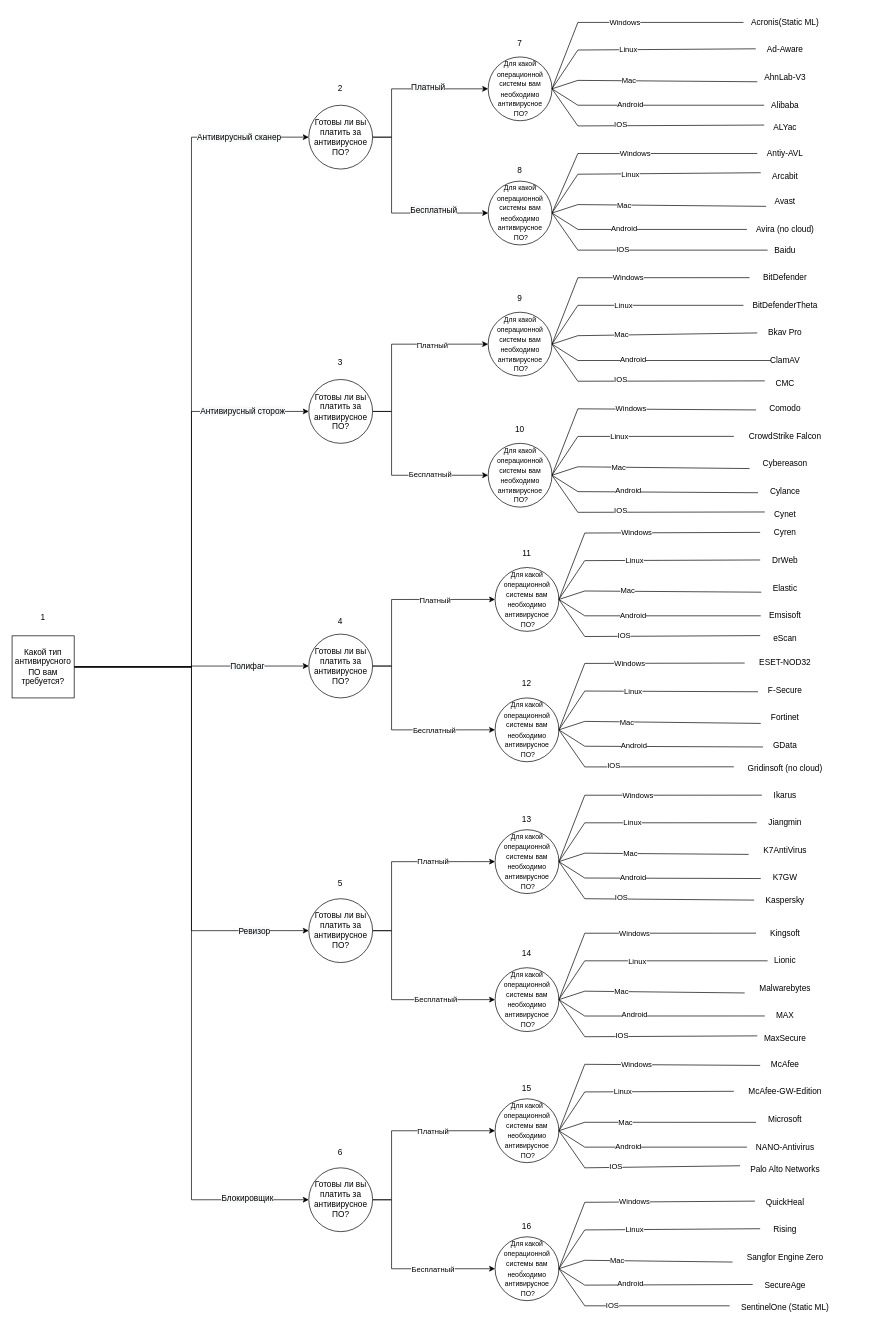
The draw.io diagram docs/decision tree.drawio in BlackF1re/Expert-system-for-choosing-antivirus-software, before the edit. Source tidied: cells renumbered, new cells numbered last; positions are measured from the earlier drawing's top-left corner, leaving out a move shared by most shapes. Both pictures are drawn from the tidied source at 69%, with x=0, y=0 at pixel (12, 12).
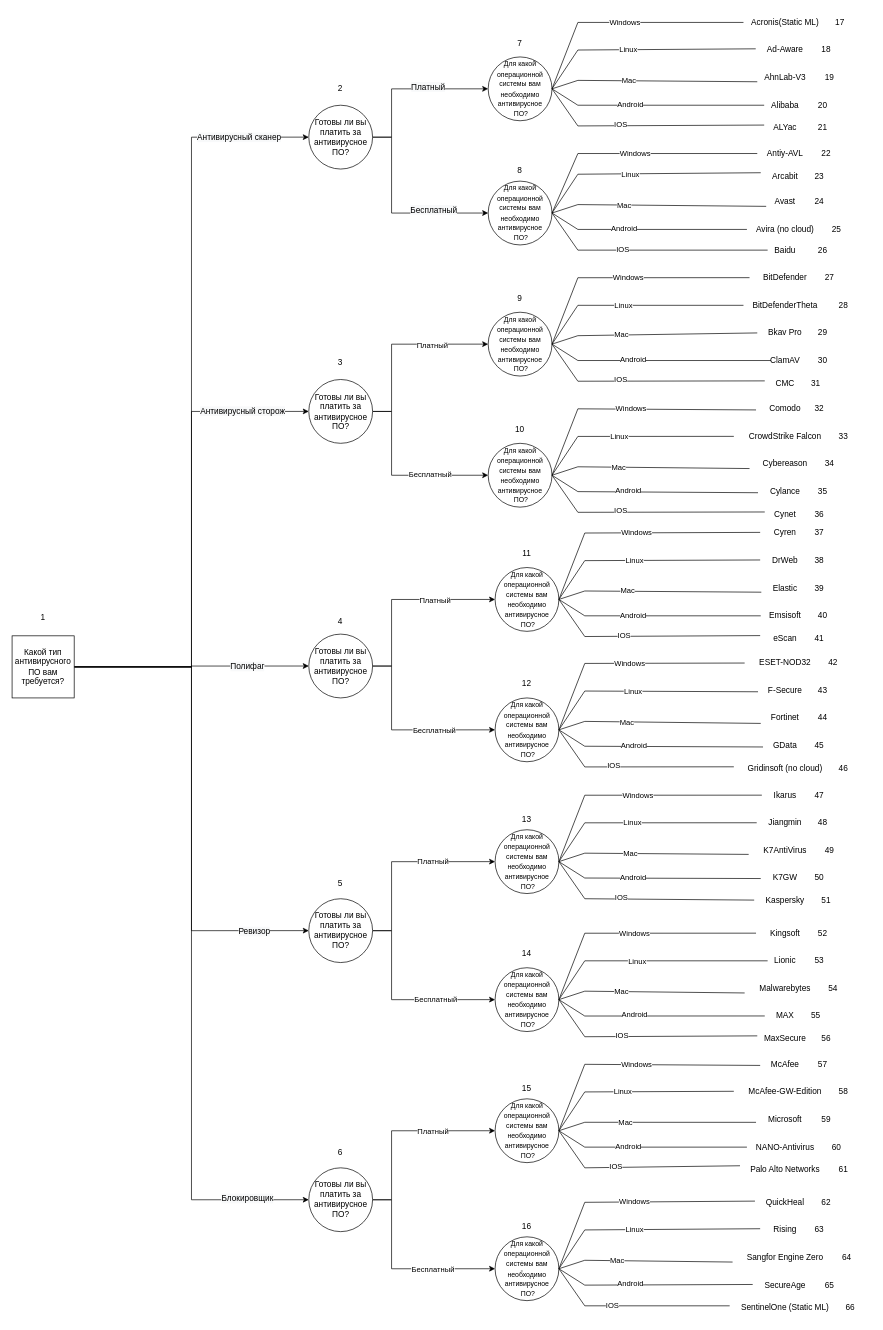
The same page after the edit.

Change to the diagram source:
```diff
@@
+    <mxCell id="194" value="17" style="text;html=1;strokeColor=none;fillColor=none;align=center;verticalAlign=middle;whiteSpace=wrap;rounded=0;" parent="1" vertex="1">
+      <mxGeometry x="1170" width="60" height="30" as="geometry" />
+    </mxCell>
+    <mxCell id="195" value="18" style="text;html=1;strokeColor=none;fillColor=none;align=center;verticalAlign=middle;whiteSpace=wrap;rounded=0;" parent="1" vertex="1">
+      <mxGeometry x="1150" y="40" width="60" height="30" as="geometry" />
+    </mxCell>
+    <mxCell id="196" value="26" style="text;html=1;strokeColor=none;fillColor=none;align=center;verticalAlign=middle;whiteSpace=wrap;rounded=0;" parent="1" vertex="1">
+      <mxGeometry x="1145" y="330" width="60" height="30" as="geometry" />
+    </mxCell>
+    <mxCell id="197" value="25" style="text;html=1;strokeColor=none;fillColor=none;align=center;verticalAlign=middle;whiteSpace=wrap;rounded=0;" parent="1" vertex="1">
+      <mxGeometry x="1165" y="300" width="60" height="30" as="geometry" />
+    </mxCell>
+    <mxCell id="198" value="24" style="text;html=1;strokeColor=none;fillColor=none;align=center;verticalAlign=middle;whiteSpace=wrap;rounded=0;" parent="1" vertex="1">
+      <mxGeometry x="1140" y="260" width="60" height="30" as="geometry" />
+    </mxCell>
+    <mxCell id="199" value="23" style="text;html=1;strokeColor=none;fillColor=none;align=center;verticalAlign=middle;whiteSpace=wrap;rounded=0;" parent="1" vertex="1">
+      <mxGeometry x="1140" y="222.5" width="60" height="30" as="geometry" />
+    </mxCell>
+    <mxCell id="200" value="22" style="text;html=1;strokeColor=none;fillColor=none;align=center;verticalAlign=middle;whiteSpace=wrap;rounded=0;" parent="1" vertex="1">
+      <mxGeometry x="1150" y="190" width="60" height="30" as="geometry" />
+    </mxCell>
+    <mxCell id="201" value="21" style="text;html=1;strokeColor=none;fillColor=none;align=center;verticalAlign=middle;whiteSpace=wrap;rounded=0;" parent="1" vertex="1">
+      <mxGeometry x="1145" y="152.5" width="60" height="30" as="geometry" />
+    </mxCell>
+    <mxCell id="202" value="20" style="text;html=1;strokeColor=none;fillColor=none;align=center;verticalAlign=middle;whiteSpace=wrap;rounded=0;" parent="1" vertex="1">
+      <mxGeometry x="1145" y="120" width="60" height="30" as="geometry" />
+    </mxCell>
+    <mxCell id="203" value="19" style="text;html=1;strokeColor=none;fillColor=none;align=center;verticalAlign=middle;whiteSpace=wrap;rounded=0;" parent="1" vertex="1">
+      <mxGeometry x="1155" y="80" width="60" height="30" as="geometry" />
+    </mxCell>
+    <mxCell id="204" value="49" style="text;html=1;strokeColor=none;fillColor=none;align=center;verticalAlign=middle;whiteSpace=wrap;rounded=0;" parent="1" vertex="1">
+      <mxGeometry x="1155" y="1200" width="60" height="30" as="geometry" />
+    </mxCell>
+    <mxCell id="205" value="48" style="text;html=1;strokeColor=none;fillColor=none;align=center;verticalAlign=middle;whiteSpace=wrap;rounded=0;" parent="1" vertex="1">
+      <mxGeometry x="1145" y="1160" width="60" height="30" as="geometry" />
+    </mxCell>
+    <mxCell id="206" value="47" style="text;html=1;strokeColor=none;fillColor=none;align=center;verticalAlign=middle;whiteSpace=wrap;rounded=0;" parent="1" vertex="1">
+      <mxGeometry x="1140" y="1120" width="60" height="30" as="geometry" />
+    </mxCell>
+    <mxCell id="207" value="46" style="text;html=1;strokeColor=none;fillColor=none;align=center;verticalAlign=middle;whiteSpace=wrap;rounded=0;" parent="1" vertex="1">
+      <mxGeometry x="1175" y="1080.5" width="60" height="30" as="geometry" />
+    </mxCell>
+    <mxCell id="208" value="45" style="text;html=1;strokeColor=none;fillColor=none;align=center;verticalAlign=middle;whiteSpace=wrap;rounded=0;" parent="1" vertex="1">
+      <mxGeometry x="1140" y="1048" width="60" height="30" as="geometry" />
+    </mxCell>
+    <mxCell id="209" value="44" style="text;html=1;strokeColor=none;fillColor=none;align=center;verticalAlign=middle;whiteSpace=wrap;rounded=0;" parent="1" vertex="1">
+      <mxGeometry x="1145" y="1008" width="60" height="30" as="geometry" />
+    </mxCell>
+    <mxCell id="210" value="43" style="text;html=1;strokeColor=none;fillColor=none;align=center;verticalAlign=middle;whiteSpace=wrap;rounded=0;" parent="1" vertex="1">
+      <mxGeometry x="1145" y="968" width="60" height="30" as="geometry" />
+    </mxCell>
+    <mxCell id="211" value="42" style="text;html=1;strokeColor=none;fillColor=none;align=center;verticalAlign=middle;whiteSpace=wrap;rounded=0;" parent="1" vertex="1">
+      <mxGeometry x="1160" y="928" width="60" height="30" as="geometry" />
+    </mxCell>
+    <mxCell id="212" value="41" style="text;html=1;strokeColor=none;fillColor=none;align=center;verticalAlign=middle;whiteSpace=wrap;rounded=0;" parent="1" vertex="1">
+      <mxGeometry x="1140" y="892.5" width="60" height="30" as="geometry" />
+    </mxCell>
+    <mxCell id="213" value="40" style="text;html=1;strokeColor=none;fillColor=none;align=center;verticalAlign=middle;whiteSpace=wrap;rounded=0;" parent="1" vertex="1">
+      <mxGeometry x="1145" y="860" width="60" height="30" as="geometry" />
+    </mxCell>
+    <mxCell id="214" value="39" style="text;html=1;strokeColor=none;fillColor=none;align=center;verticalAlign=middle;whiteSpace=wrap;rounded=0;" parent="1" vertex="1">
+      <mxGeometry x="1140" y="820" width="60" height="30" as="geometry" />
+    </mxCell>
+    <mxCell id="215" value="38" style="text;html=1;strokeColor=none;fillColor=none;align=center;verticalAlign=middle;whiteSpace=wrap;rounded=0;" parent="1" vertex="1">
+      <mxGeometry x="1140" y="780" width="60" height="30" as="geometry" />
+    </mxCell>
+    <mxCell id="216" value="37" style="text;html=1;strokeColor=none;fillColor=none;align=center;verticalAlign=middle;whiteSpace=wrap;rounded=0;" parent="1" vertex="1">
+      <mxGeometry x="1140" y="740" width="60" height="30" as="geometry" />
+    </mxCell>
+    <mxCell id="217" value="36" style="text;html=1;strokeColor=none;fillColor=none;align=center;verticalAlign=middle;whiteSpace=wrap;rounded=0;" parent="1" vertex="1">
+      <mxGeometry x="1140" y="712.5" width="60" height="30" as="geometry" />
+    </mxCell>
+    <mxCell id="218" value="35" style="text;html=1;strokeColor=none;fillColor=none;align=center;verticalAlign=middle;whiteSpace=wrap;rounded=0;" parent="1" vertex="1">
+      <mxGeometry x="1145" y="680" width="60" height="30" as="geometry" />
+    </mxCell>
+    <mxCell id="219" value="34" style="text;html=1;strokeColor=none;fillColor=none;align=center;verticalAlign=middle;whiteSpace=wrap;rounded=0;" parent="1" vertex="1">
+      <mxGeometry x="1155" y="640" width="60" height="30" as="geometry" />
+    </mxCell>
+    <mxCell id="220" value="33" style="text;html=1;strokeColor=none;fillColor=none;align=center;verticalAlign=middle;whiteSpace=wrap;rounded=0;" parent="1" vertex="1">
+      <mxGeometry x="1175" y="600" width="60" height="30" as="geometry" />
+    </mxCell>
+    <mxCell id="221" value="32" style="text;html=1;strokeColor=none;fillColor=none;align=center;verticalAlign=middle;whiteSpace=wrap;rounded=0;" parent="1" vertex="1">
+      <mxGeometry x="1140" y="560" width="60" height="30" as="geometry" />
+    </mxCell>
+    <mxCell id="222" value="31" style="text;html=1;strokeColor=none;fillColor=none;align=center;verticalAlign=middle;whiteSpace=wrap;rounded=0;" parent="1" vertex="1">
+      <mxGeometry x="1135" y="522.5" width="60" height="30" as="geometry" />
+    </mxCell>
+    <mxCell id="223" value="30" style="text;html=1;strokeColor=none;fillColor=none;align=center;verticalAlign=middle;whiteSpace=wrap;rounded=0;" parent="1" vertex="1">
+      <mxGeometry x="1145" y="490" width="60" height="30" as="geometry" />
+    </mxCell>
+    <mxCell id="224" value="29" style="text;html=1;strokeColor=none;fillColor=none;align=center;verticalAlign=middle;whiteSpace=wrap;rounded=0;" parent="1" vertex="1">
+      <mxGeometry x="1145" y="450" width="60" height="30" as="geometry" />
+    </mxCell>
+    <mxCell id="225" value="28" style="text;html=1;strokeColor=none;fillColor=none;align=center;verticalAlign=middle;whiteSpace=wrap;rounded=0;" parent="1" vertex="1">
+      <mxGeometry x="1175" y="410" width="60" height="30" as="geometry" />
+    </mxCell>
+    <mxCell id="226" value="27" style="text;html=1;strokeColor=none;fillColor=none;align=center;verticalAlign=middle;whiteSpace=wrap;rounded=0;" parent="1" vertex="1">
+      <mxGeometry x="1155" y="370" width="60" height="30" as="geometry" />
+    </mxCell>
+    <mxCell id="227" value="66" style="text;html=1;strokeColor=none;fillColor=none;align=center;verticalAlign=middle;whiteSpace=wrap;rounded=0;" parent="1" vertex="1">
+      <mxGeometry x="1185" y="1862.5" width="60" height="30" as="geometry" />
+    </mxCell>
+    <mxCell id="228" value="65" style="text;html=1;strokeColor=none;fillColor=none;align=center;verticalAlign=middle;whiteSpace=wrap;rounded=0;" parent="1" vertex="1">
+      <mxGeometry x="1155" y="1830" width="60" height="30" as="geometry" />
+    </mxCell>
+    <mxCell id="229" value="64" style="text;html=1;strokeColor=none;fillColor=none;align=center;verticalAlign=middle;whiteSpace=wrap;rounded=0;" parent="1" vertex="1">
+      <mxGeometry x="1180" y="1790" width="60" height="30" as="geometry" />
+    </mxCell>
+    <mxCell id="230" value="63" style="text;html=1;strokeColor=none;fillColor=none;align=center;verticalAlign=middle;whiteSpace=wrap;rounded=0;" parent="1" vertex="1">
+      <mxGeometry x="1140" y="1750" width="60" height="30" as="geometry" />
+    </mxCell>
+    <mxCell id="231" value="62" style="text;html=1;strokeColor=none;fillColor=none;align=center;verticalAlign=middle;whiteSpace=wrap;rounded=0;" parent="1" vertex="1">
+      <mxGeometry x="1150" y="1710" width="60" height="30" as="geometry" />
+    </mxCell>
+    <mxCell id="232" value="61" style="text;html=1;strokeColor=none;fillColor=none;align=center;verticalAlign=middle;whiteSpace=wrap;rounded=0;" parent="1" vertex="1">
+      <mxGeometry x="1175" y="1662.5" width="60" height="30" as="geometry" />
+    </mxCell>
+    <mxCell id="233" value="60" style="text;html=1;strokeColor=none;fillColor=none;align=center;verticalAlign=middle;whiteSpace=wrap;rounded=0;" parent="1" vertex="1">
+      <mxGeometry x="1165" y="1630" width="60" height="30" as="geometry" />
+    </mxCell>
+    <mxCell id="234" value="59" style="text;html=1;strokeColor=none;fillColor=none;align=center;verticalAlign=middle;whiteSpace=wrap;rounded=0;" parent="1" vertex="1">
+      <mxGeometry x="1150" y="1590" width="60" height="30" as="geometry" />
+    </mxCell>
+    <mxCell id="235" value="58" style="text;html=1;strokeColor=none;fillColor=none;align=center;verticalAlign=middle;whiteSpace=wrap;rounded=0;" parent="1" vertex="1">
+      <mxGeometry x="1175" y="1550" width="60" height="30" as="geometry" />
+    </mxCell>
+    <mxCell id="236" value="57" style="text;html=1;strokeColor=none;fillColor=none;align=center;verticalAlign=middle;whiteSpace=wrap;rounded=0;" parent="1" vertex="1">
+      <mxGeometry x="1145" y="1510" width="60" height="30" as="geometry" />
+    </mxCell>
+    <mxCell id="237" value="56" style="text;html=1;strokeColor=none;fillColor=none;align=center;verticalAlign=middle;whiteSpace=wrap;rounded=0;" parent="1" vertex="1">
+      <mxGeometry x="1150" y="1472.5" width="60" height="30" as="geometry" />
+    </mxCell>
+    <mxCell id="238" value="55" style="text;html=1;strokeColor=none;fillColor=none;align=center;verticalAlign=middle;whiteSpace=wrap;rounded=0;" parent="1" vertex="1">
+      <mxGeometry x="1135" y="1440" width="60" height="30" as="geometry" />
+    </mxCell>
+    <mxCell id="239" value="54" style="text;html=1;strokeColor=none;fillColor=none;align=center;verticalAlign=middle;whiteSpace=wrap;rounded=0;" parent="1" vertex="1">
+      <mxGeometry x="1160" y="1400" width="60" height="30" as="geometry" />
+    </mxCell>
+    <mxCell id="240" value="53" style="text;html=1;strokeColor=none;fillColor=none;align=center;verticalAlign=middle;whiteSpace=wrap;rounded=0;" parent="1" vertex="1">
+      <mxGeometry x="1140" y="1360" width="60" height="30" as="geometry" />
+    </mxCell>
+    <mxCell id="241" value="52" style="text;html=1;strokeColor=none;fillColor=none;align=center;verticalAlign=middle;whiteSpace=wrap;rounded=0;" parent="1" vertex="1">
+      <mxGeometry x="1145" y="1320" width="60" height="30" as="geometry" />
+    </mxCell>
+    <mxCell id="242" value="51" style="text;html=1;strokeColor=none;fillColor=none;align=center;verticalAlign=middle;whiteSpace=wrap;rounded=0;" parent="1" vertex="1">
+      <mxGeometry x="1150" y="1272.5" width="60" height="30" as="geometry" />
+    </mxCell>
+    <mxCell id="243" value="50" style="text;html=1;strokeColor=none;fillColor=none;align=center;verticalAlign=middle;whiteSpace=wrap;rounded=0;" parent="1" vertex="1">
+      <mxGeometry x="1140" y="1240" width="60" height="30" as="geometry" />
+    </mxCell>
```
